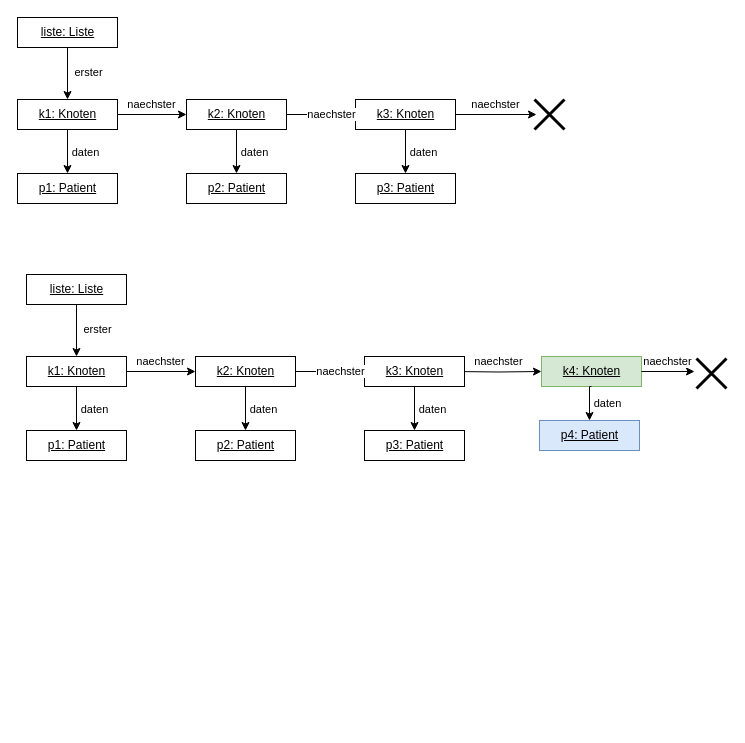
Above: page "Objektdiagramme" (4 of 4) of q11-liste-tsi.drawio in JoernWVSG/diagram (draw.io), before the change. Source tidied: cells renumbered, new cells numbered last; positions are measured from the earlier drawing's top-left corner, leaving out a move shared by most shapes. Both pictures are drawn from the tidied source at 100%, with x=0, y=0 at pixel (17, 17).
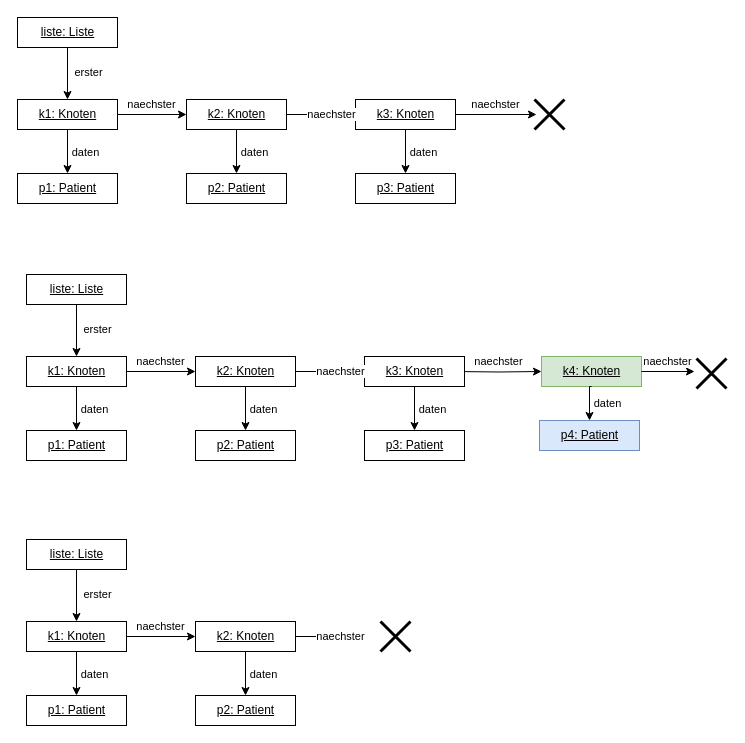
The same page after the edit.

What changed in the source:
```diff
@@
+    <mxCell id="43" value="&lt;u&gt;liste: Liste&lt;/u&gt;" style="html=1;" parent="1" vertex="1">
+      <mxGeometry x="9" y="522" width="100" height="30" as="geometry" />
+    </mxCell>
+    <mxCell id="44" value="naechster" style="edgeStyle=orthogonalEdgeStyle;rounded=0;jettySize=auto;html=1;exitX=1;exitY=0.5;exitDx=0;exitDy=0;" parent="1" edge="1" source="47" target="48">
+      <mxGeometry x="-0.01" y="10" relative="1" as="geometry" />
+    </mxCell>
+    <mxCell id="45" style="edgeStyle=orthogonalEdgeStyle;rounded=0;jettySize=auto;html=1;exitX=0.5;exitY=1;exitDx=0;exitDy=0;entryX=0.5;entryY=0;entryDx=0;entryDy=0;endArrow=classic;endFill=1;" parent="1" edge="1" source="47" target="52">
+      <mxGeometry relative="1" as="geometry" />
+    </mxCell>
+    <mxCell id="46" value="daten" style="edgeLabel;html=1;align=center;verticalAlign=middle;" parent="45" vertex="1">
+      <mxGeometry x="-0.14" y="2" relative="1" as="geometry">
+        <mxPoint x="15" y="3" as="offset" />
+      </mxGeometry>
+    </mxCell>
+    <mxCell id="47" value="&lt;u&gt;k1: Knoten&lt;/u&gt;" style="html=1;" parent="1" vertex="1">
+      <mxGeometry x="9" y="604" width="100" height="30" as="geometry" />
+    </mxCell>
+    <mxCell id="48" value="&lt;u&gt;k2: Knoten&lt;/u&gt;" style="html=1;" parent="1" vertex="1">
+      <mxGeometry x="178" y="604" width="100" height="30" as="geometry" />
+    </mxCell>
+    <mxCell id="49" value="naechster" style="edgeStyle=orthogonalEdgeStyle;rounded=0;jettySize=auto;html=1;exitX=1;exitY=0.5;exitDx=0;exitDy=0;" parent="1" edge="1" source="48">
+      <mxGeometry x="-0.01" y="10" relative="1" as="geometry">
+        <mxPoint x="348" y="619" as="targetPoint" />
+      </mxGeometry>
+    </mxCell>
+    <mxCell id="50" style="shape=umlDestroy;whiteSpace=wrap;html=1;strokeWidth=3;" parent="1" vertex="1">
+      <mxGeometry x="363" y="604" width="30" height="30" as="geometry" />
+    </mxCell>
+    <mxCell id="51" value="erster" style="edgeStyle=orthogonalEdgeStyle;rounded=0;jettySize=auto;html=1;exitX=0.5;exitY=1;exitDx=0;exitDy=0;entryX=0.5;entryY=0;entryDx=0;entryDy=0;" parent="1" edge="1" source="43" target="47">
+      <mxGeometry x="-0.04" y="21" relative="1" as="geometry" />
+    </mxCell>
+    <mxCell id="52" value="&lt;u&gt;p1: Patient&lt;/u&gt;" style="html=1;" parent="1" vertex="1">
+      <mxGeometry x="9" y="678" width="100" height="30" as="geometry" />
+    </mxCell>
+    <mxCell id="53" value="&lt;u&gt;p2: Patient&lt;/u&gt;" style="html=1;" parent="1" vertex="1">
+      <mxGeometry x="178" y="678" width="100" height="30" as="geometry" />
+    </mxCell>
+    <mxCell id="54" style="edgeStyle=orthogonalEdgeStyle;rounded=0;jettySize=auto;html=1;exitX=0.5;exitY=1;exitDx=0;exitDy=0;entryX=0.5;entryY=0;entryDx=0;entryDy=0;endArrow=classic;endFill=1;" parent="1" edge="1" source="48" target="53">
+      <mxGeometry relative="1" as="geometry" />
+    </mxCell>
+    <mxCell id="55" value="daten" style="edgeLabel;html=1;align=center;verticalAlign=middle;" parent="54" vertex="1">
+      <mxGeometry x="-0.14" y="2" relative="1" as="geometry">
+        <mxPoint x="15" y="3" as="offset" />
+      </mxGeometry>
+    </mxCell>
```
